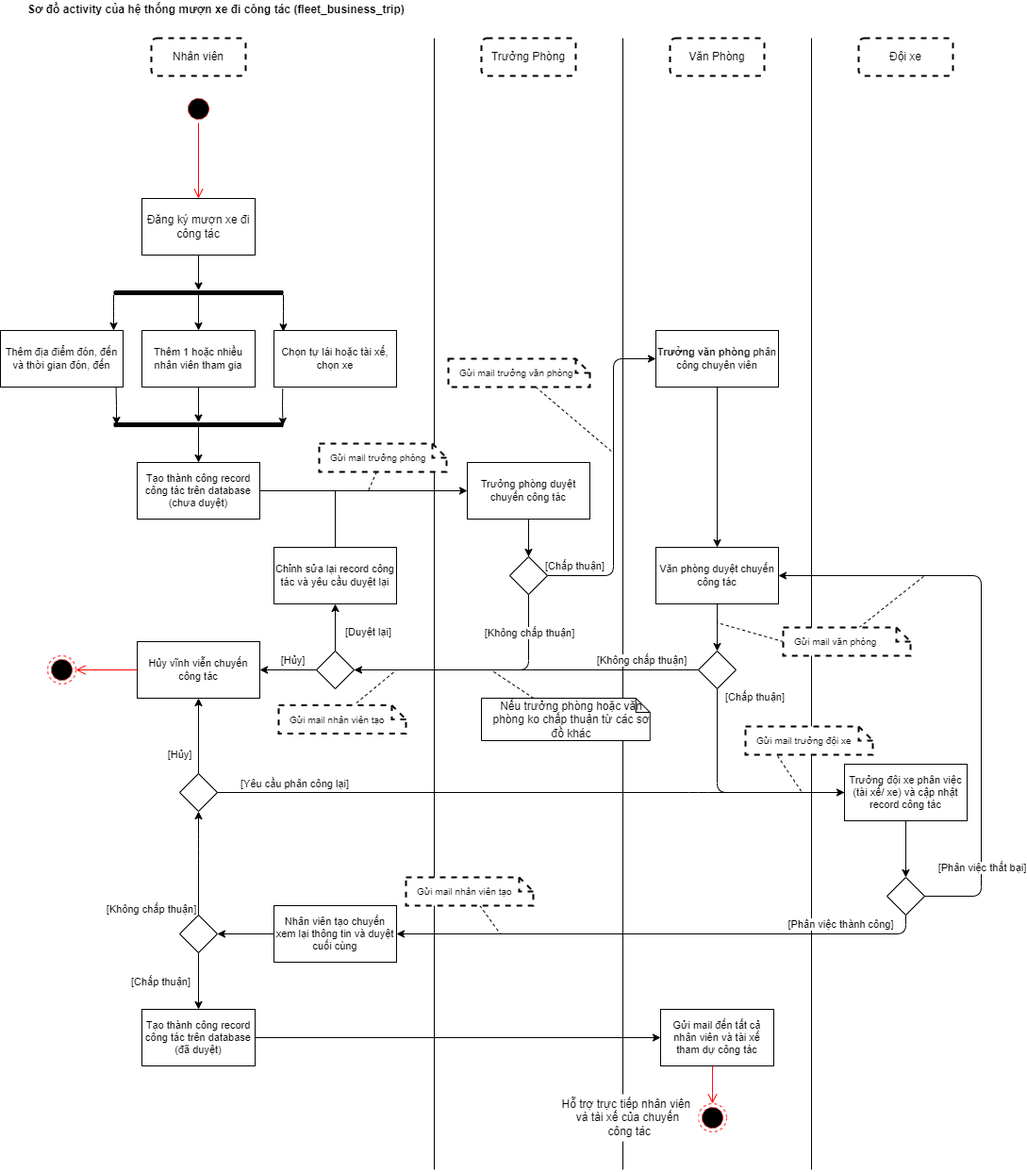
Before: uml-diargrams/uml_activity_fleet_business_trip.png, a diagram exported from draw.io (NgoHuuNghia/odoo15-digitalocean). Source tidied: cells renumbered, new cells last; positions are measured from the earlier drawing's top-left corner, leaving out a move shared by most shapes.
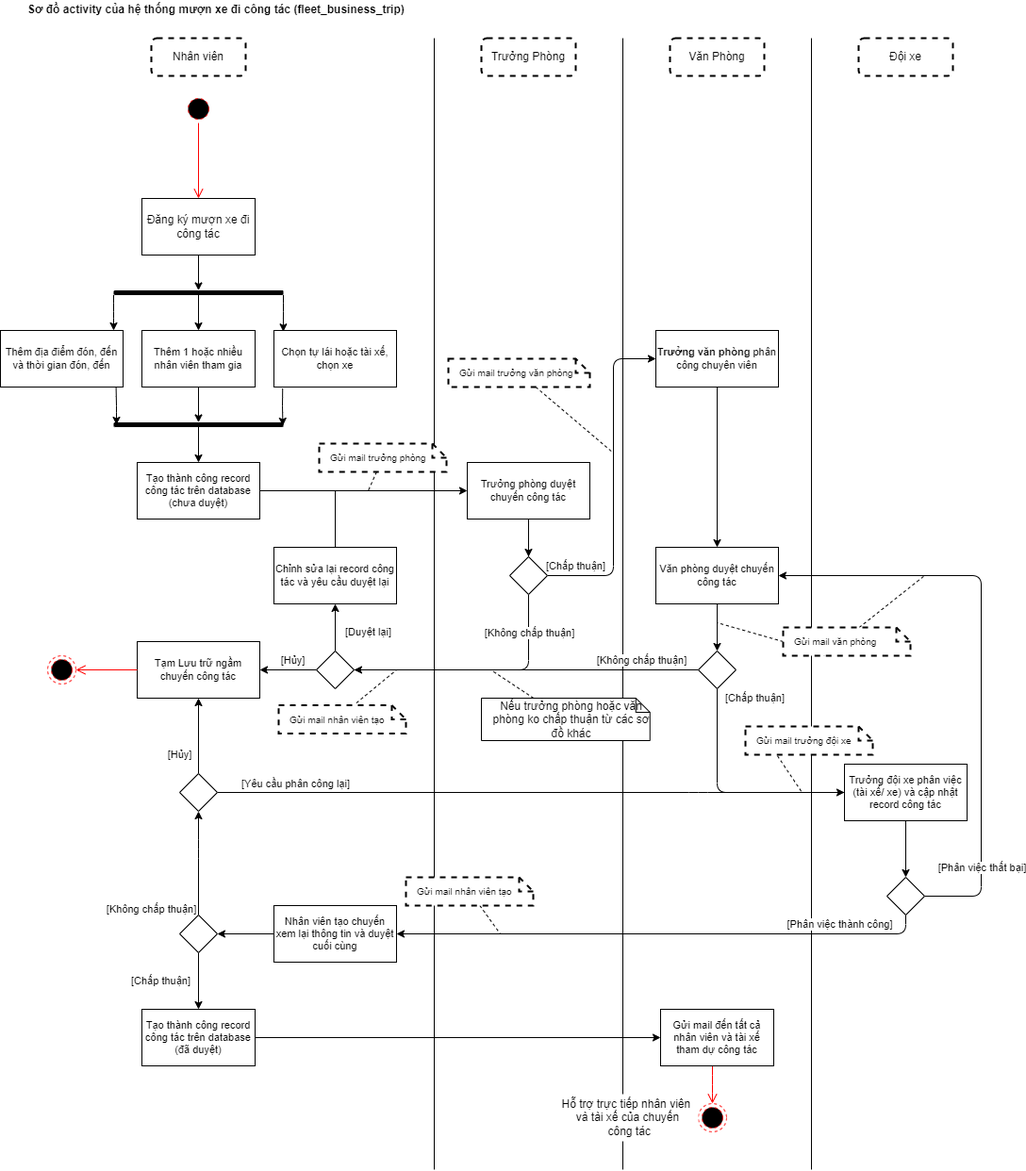
The same file after the commit.

The edit, as a diff of the source:
```diff
@@ -166,7 +166,7 @@
     <mxCell id="40" value="Trưởng đội xe phân việc (tài xế/ xe) và cập nhật record công tác" style="whiteSpace=wrap;html=1;rounded=0;fontSize=11;" parent="1" vertex="1">
       <mxGeometry x="895" y="810" width="130" height="60" as="geometry" />
     </mxCell>
-    <mxCell id="41" value="Hủy vĩnh viễn chuyến công tác" style="whiteSpace=wrap;html=1;rounded=0;fontSize=11;" parent="1" vertex="1">
+    <mxCell id="41" value="Tạm Lưu trữ ngầm chuyến công tác" style="whiteSpace=wrap;html=1;rounded=0;fontSize=11;" parent="1" vertex="1">
       <mxGeometry x="145" y="680" width="130" height="60" as="geometry" />
     </mxCell>
     <mxCell id="42" value="[Duyệt lại]" style="edgeStyle=none;html=1;entryX=0.5;entryY=1;entryDx=0;entryDy=0;endArrow=classic;endFill=1;" parent="1" edge="1" source="44" target="33">
```
